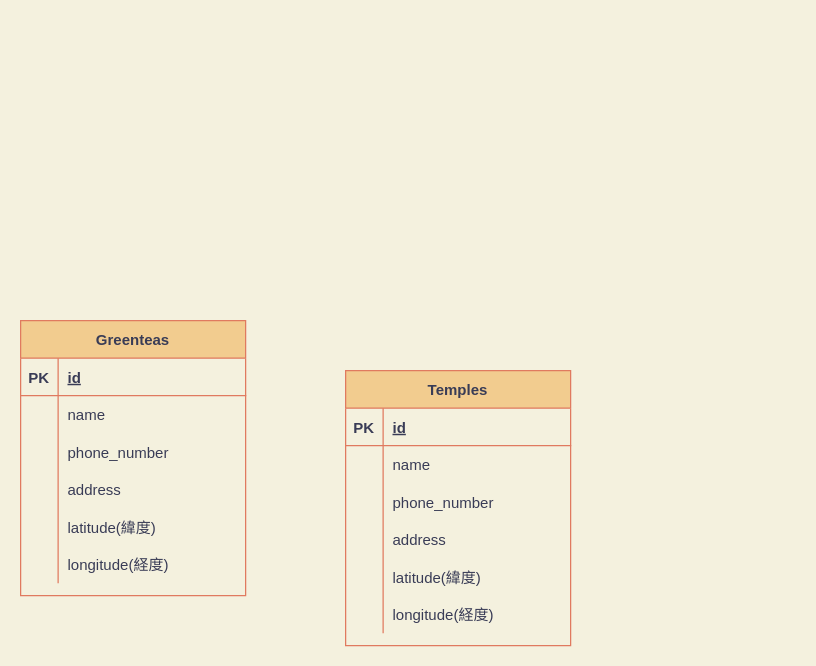
hiiragi17/genbarails keeps this draw.io diagram as Untitled Diagram.drawio. Above is the earlier version. Source tidied: cells renumbered, new cells numbered last; positions are measured from the earlier drawing's top-left corner, leaving out a move shared by most shapes. Both pictures are drawn from the tidied source at 125%, with x=0, y=0 at pixel (20, 320).
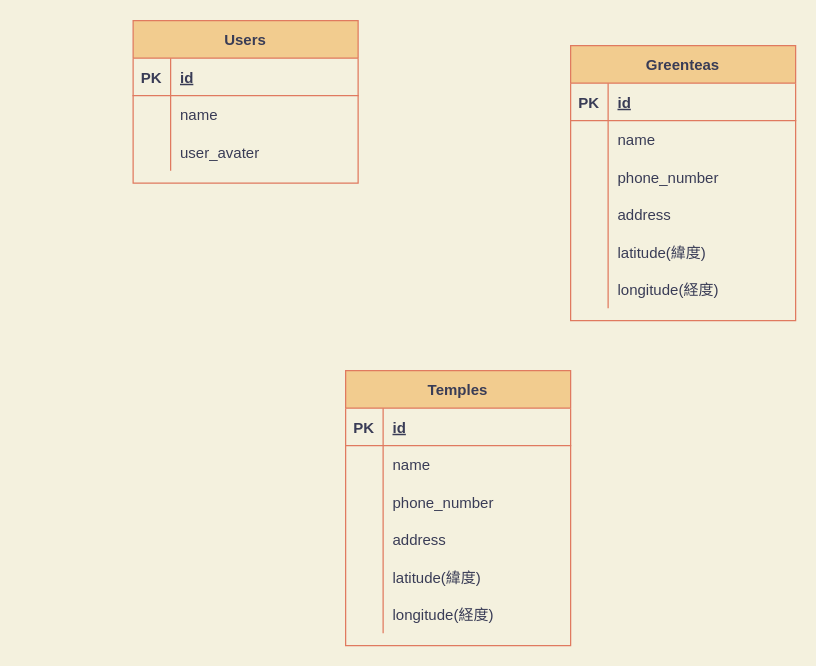
The same diagram, later.

Commit message (it also covers changes not shown here):
Untitled Diagram.drawio を更新します

The edit, as a diff of the source:
```diff
@@
     <mxCell id="2" value="Greenteas" style="shape=table;startSize=30;childLayout=tableLayout;rowLines=0;fontStyle=1;align=center;rounded=0;sketch=0;fontColor=#393C56;strokeColor=#E07A5F;fillColor=#F2CC8F;" parent="1" vertex="1">
-      <mxGeometry width="180" height="220" as="geometry" />
+      <mxGeometry x="440" y="-220" width="180" height="220" as="geometry" />
     </mxCell>
@@
+    <mxCell id="40" value="Users" style="shape=table;startSize=30;childLayout=tableLayout;rowLines=0;fontStyle=1;align=center;rounded=0;sketch=0;fontColor=#393C56;strokeColor=#E07A5F;fillColor=#F2CC8F;" parent="1" vertex="1">
+      <mxGeometry x="90" y="-240" width="180" height="130" as="geometry" />
+    </mxCell>
+    <mxCell id="41" style="shape=tableRow;horizontal=0;startSize=0;swimlaneHead=0;swimlaneBody=0;fillColor=none;top=0;left=0;right=0;bottom=1;rounded=0;sketch=0;fontColor=#393C56;strokeColor=#E07A5F;" parent="40" vertex="1">
+      <mxGeometry y="30" width="180" height="30" as="geometry" />
+    </mxCell>
+    <mxCell id="42" value="PK" style="shape=partialRectangle;fillColor=none;top=0;left=0;bottom=0;right=0;fontStyle=1;overflow=hidden;rounded=0;sketch=0;fontColor=#393C56;strokeColor=#E07A5F;" parent="41" vertex="1">
+      <mxGeometry width="30" height="30" as="geometry" />
+    </mxCell>
+    <mxCell id="43" value="id" style="shape=partialRectangle;fillColor=none;top=0;left=0;bottom=0;right=0;align=left;spacingLeft=6;fontStyle=5;overflow=hidden;rounded=0;sketch=0;fontColor=#393C56;strokeColor=#E07A5F;" parent="41" vertex="1">
+      <mxGeometry x="30" width="150" height="30" as="geometry" />
+    </mxCell>
+    <mxCell id="44" style="shape=tableRow;horizontal=0;startSize=0;swimlaneHead=0;swimlaneBody=0;fillColor=none;top=0;left=0;right=0;bottom=0;rounded=0;sketch=0;fontColor=#393C56;strokeColor=#E07A5F;" parent="40" vertex="1">
+      <mxGeometry y="60" width="180" height="30" as="geometry" />
+    </mxCell>
+    <mxCell id="45" style="shape=partialRectangle;fillColor=none;top=0;left=0;bottom=0;right=0;overflow=hidden;rounded=0;sketch=0;fontColor=#393C56;strokeColor=#E07A5F;" parent="44" vertex="1">
+      <mxGeometry width="30" height="30" as="geometry" />
+    </mxCell>
+    <mxCell id="46" value="name" style="shape=partialRectangle;fillColor=none;top=0;left=0;bottom=0;right=0;align=left;spacingLeft=6;overflow=hidden;rounded=0;sketch=0;fontColor=#393C56;strokeColor=#E07A5F;" parent="44" vertex="1">
+      <mxGeometry x="30" width="150" height="30" as="geometry" />
+    </mxCell>
+    <mxCell id="47" style="shape=tableRow;horizontal=0;startSize=0;swimlaneHead=0;swimlaneBody=0;fillColor=none;top=0;left=0;right=0;bottom=0;rounded=0;sketch=0;fontColor=#393C56;strokeColor=#E07A5F;" parent="40" vertex="1">
+      <mxGeometry y="90" width="180" height="30" as="geometry" />
+    </mxCell>
+    <mxCell id="48" style="shape=partialRectangle;fillColor=none;top=0;left=0;bottom=0;right=0;overflow=hidden;rounded=0;sketch=0;fontColor=#393C56;strokeColor=#E07A5F;" parent="47" vertex="1">
+      <mxGeometry width="30" height="30" as="geometry" />
+    </mxCell>
+    <mxCell id="49" value="user_avater" style="shape=partialRectangle;fillColor=none;top=0;left=0;bottom=0;right=0;align=left;spacingLeft=6;overflow=hidden;rounded=0;sketch=0;fontColor=#393C56;strokeColor=#E07A5F;" parent="47" vertex="1">
+      <mxGeometry x="30" width="150" height="30" as="geometry" />
+    </mxCell>
```
